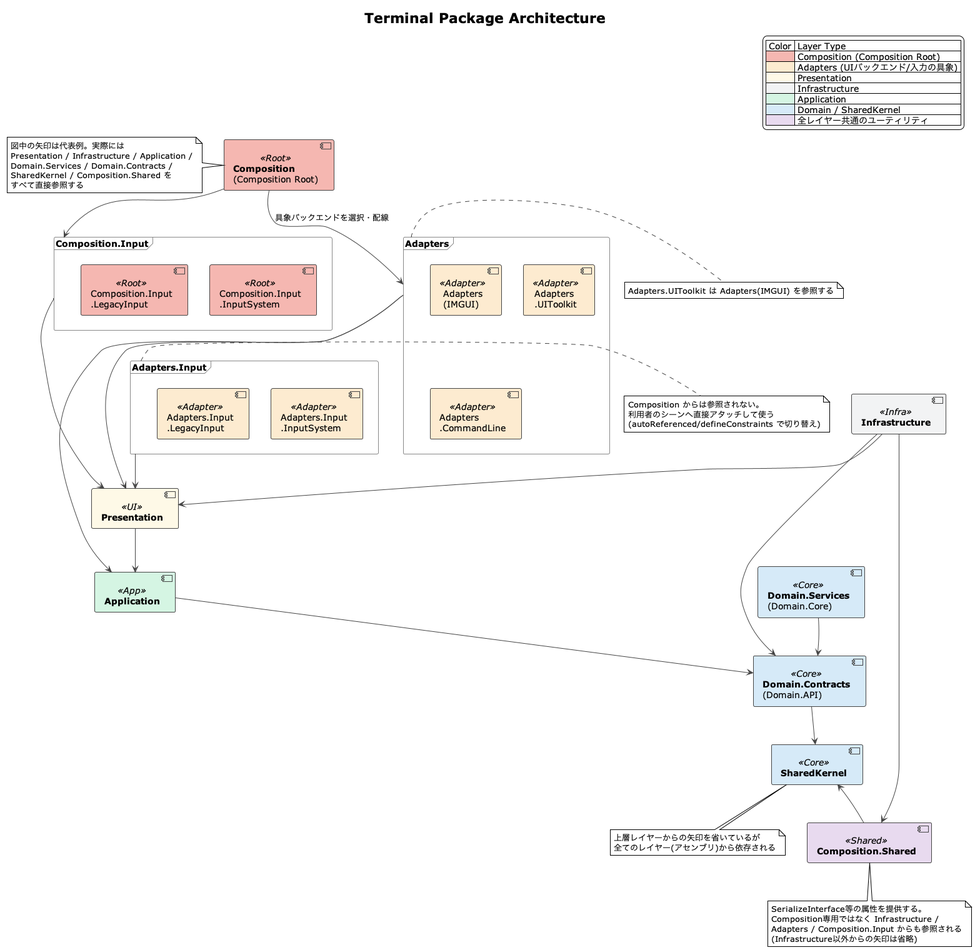
Earlier version of the PlantUML export docs/diagrams/Architecture/Architecture.png (YuukiReiya/YukimaruGames.Unity-Terminal).
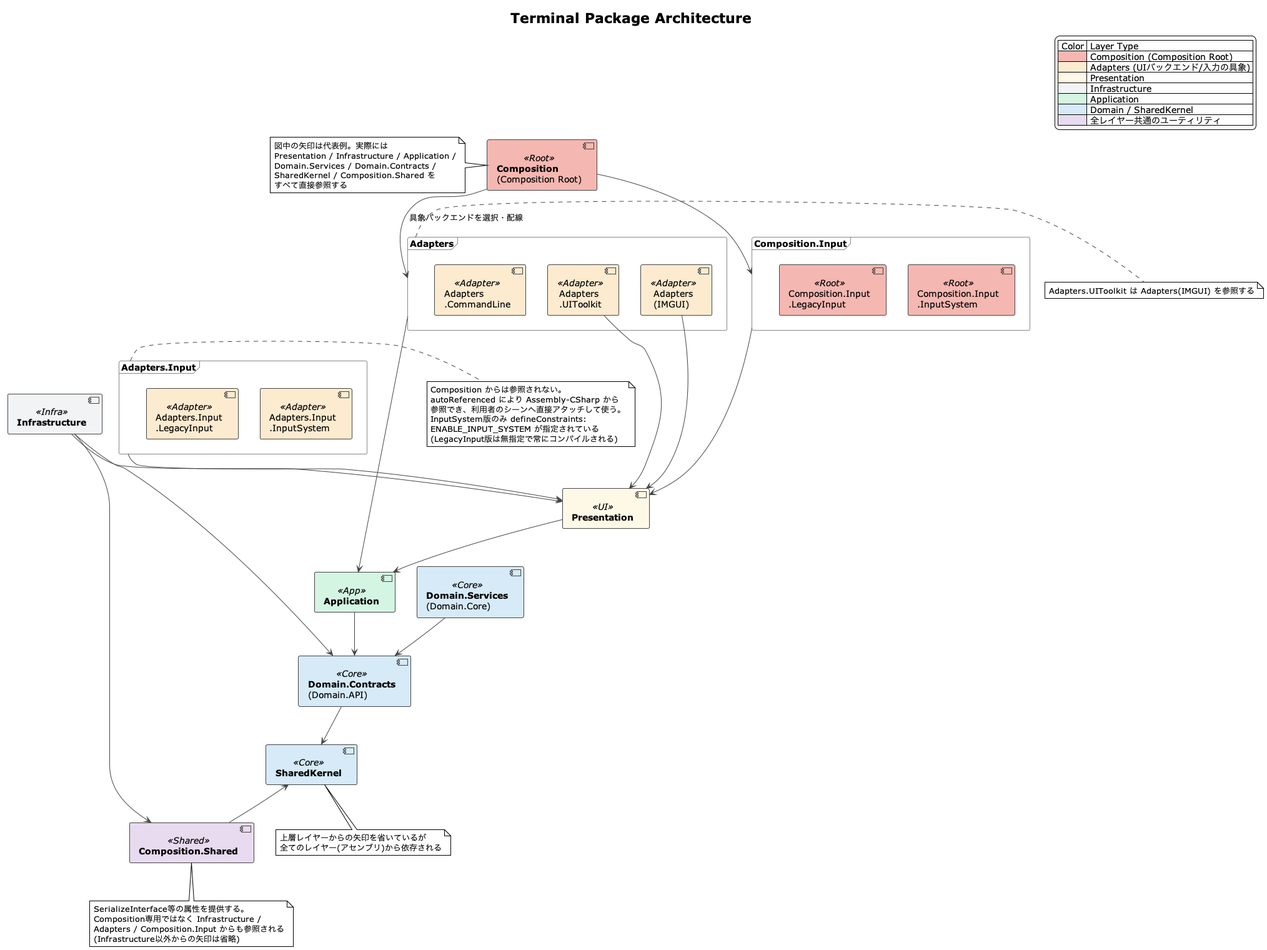
Above is the later version.

Commit message:
docs: Presentationへの矢印をアセンブリ単位へ分割し、入力アダプターの注記を実態に合わせる

- Adapters.CommandLine の references は SharedKernel / Application のみで Presentation を
  参照しないため、フレーム単位の AdapterFrame -> Presentation は過剰主張だった。
  Adapters(IMGUI) と Adapters.UIToolkit からの個別の矢印に分割する
  (Application は3アセンブリすべてが参照するためフレーム単位のまま)
- 注記の「autoReferenced/defineConstraints で切り替え」は不正確だった。
  autoReferencedはAssembly-CSharpから参照可能にするだけで切り替えの仕組みではなく、
  defineConstraints(ENABLE_INPUT_SYSTEM)が付くのはInputSystem版のみでLegacyInput版は無指定

What changed in the source:
```diff
@@ -60,8 +60,11 @@
 
 note right of AdapterInputFrame
   Composition からは参照されない。
-  利用者のシーンへ直接アタッチして使う
-  (autoReferenced/defineConstraints で切り替え)
+  autoReferenced により Assembly-CSharp から
+  参照でき、利用者のシーンへ直接アタッチして使う。
+  InputSystem版のみ defineConstraints:
+  ENABLE_INPUT_SYSTEM が指定されている
+  (LegacyInput版は無指定で常にコンパイルされる)
 end note
 
 note bottom of SharedKernel
@@ -92,7 +95,8 @@
 Composition -down-> AdapterFrame : 具象バックエンドを選択・配線
 Composition -down-> CompositionInputFrame
 
-AdapterFrame -down-> Presentation
+Adapters -down-> Presentation
+AdaptersUIToolkit -down-> Presentation
 AdapterFrame -down-> Application
 AdapterInputFrame -down-> Presentation
 CompositionInputFrame -down-> Presentation
```
